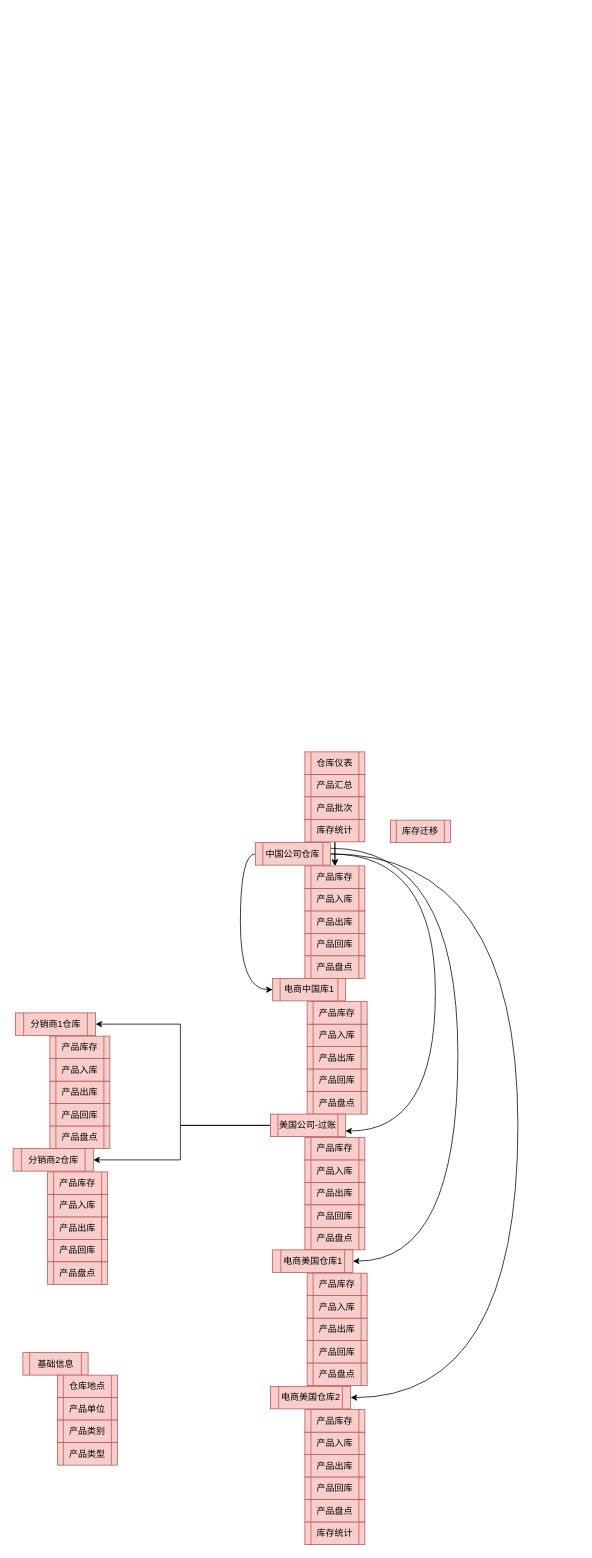
The draw.io diagram page "menu" (4 of 9) of ERDiagram.drawio in sbosleo/sbosmobile, before the edit. Source tidied: cells renumbered, new cells numbered last; positions are measured from the earlier drawing's top-left corner, leaving out a move shared by most shapes. Both pictures are drawn from the tidied source at 75%, with x=0, y=0 at pixel (13, 752).
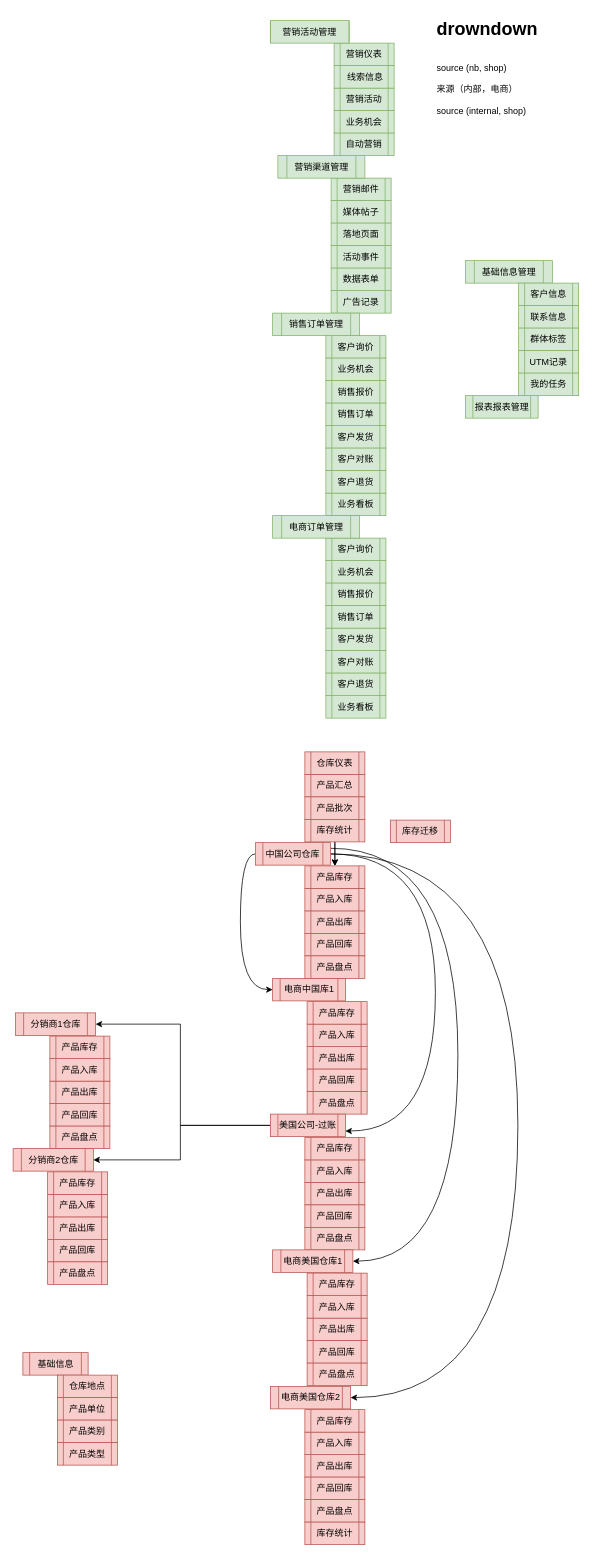
The same page after the edit.

What changed in the source:
```diff
@@
+    <mxCell id="63" value="营销活动" style="shape=process;whiteSpace=wrap;html=1;backgroundOutline=1;fillColor=#d5e8d4;strokeColor=#82b366;" parent="1" vertex="1">
+      <mxGeometry x="428" y="-885" width="80" height="30" as="geometry" />
+    </mxCell>
+    <mxCell id="64" value="营销邮件" style="shape=process;whiteSpace=wrap;html=1;backgroundOutline=1;fillColor=#d5e8d4;strokeColor=#82b366;" parent="1" vertex="1">
+      <mxGeometry x="424" y="-765" width="80" height="30" as="geometry" />
+    </mxCell>
+    <mxCell id="65" value="媒体帖子" style="shape=process;whiteSpace=wrap;html=1;backgroundOutline=1;fillColor=#d5e8d4;strokeColor=#82b366;" parent="1" vertex="1">
+      <mxGeometry x="424" y="-735" width="80" height="30" as="geometry" />
+    </mxCell>
+    <mxCell id="66" value="营销仪表" style="shape=process;whiteSpace=wrap;html=1;backgroundOutline=1;fillColor=#d5e8d4;strokeColor=#82b366;" parent="1" vertex="1">
+      <mxGeometry x="428" y="-945" width="80" height="30" as="geometry" />
+    </mxCell>
+    <mxCell id="67" value="营销渠道管理" style="shape=process;whiteSpace=wrap;html=1;backgroundOutline=1;fillColor=#d5e8d4;strokeColor=#82b366;" parent="1" vertex="1">
+      <mxGeometry x="353" y="-795" width="116" height="30" as="geometry" />
+    </mxCell>
+    <mxCell id="68" value="基础信息管理" style="shape=process;whiteSpace=wrap;html=1;backgroundOutline=1;fillColor=#d5e8d4;strokeColor=#82b366;" parent="1" vertex="1">
+      <mxGeometry x="603" y="-655" width="116" height="30" as="geometry" />
+    </mxCell>
+    <mxCell id="69" value="广告记录" style="shape=process;whiteSpace=wrap;html=1;backgroundOutline=1;fillColor=#d5e8d4;strokeColor=#82b366;" parent="1" vertex="1">
+      <mxGeometry x="424" y="-615" width="80" height="30" as="geometry" />
+    </mxCell>
+    <mxCell id="70" value="客户信息" style="shape=process;whiteSpace=wrap;html=1;backgroundOutline=1;fillColor=#d5e8d4;strokeColor=#82b366;" parent="1" vertex="1">
+      <mxGeometry x="674" y="-625" width="80" height="30" as="geometry" />
+    </mxCell>
+    <mxCell id="71" value="联系信息" style="shape=process;whiteSpace=wrap;html=1;backgroundOutline=1;fillColor=#d5e8d4;strokeColor=#82b366;" parent="1" vertex="1">
+      <mxGeometry x="674" y="-595" width="80" height="30" as="geometry" />
+    </mxCell>
+    <mxCell id="72" value="&amp;nbsp;线索信息" style="shape=process;whiteSpace=wrap;html=1;backgroundOutline=1;fillColor=#d5e8d4;strokeColor=#82b366;" parent="1" vertex="1">
+      <mxGeometry x="428" y="-915" width="80" height="30" as="geometry" />
+    </mxCell>
+    <mxCell id="73" value="落地页面" style="shape=process;whiteSpace=wrap;html=1;backgroundOutline=1;fillColor=#d5e8d4;strokeColor=#82b366;" parent="1" vertex="1">
+      <mxGeometry x="424" y="-705" width="80" height="30" as="geometry" />
+    </mxCell>
+    <mxCell id="74" value="活动事件" style="shape=process;whiteSpace=wrap;html=1;backgroundOutline=1;fillColor=#d5e8d4;strokeColor=#82b366;" parent="1" vertex="1">
+      <mxGeometry x="424" y="-675" width="80" height="30" as="geometry" />
+    </mxCell>
+    <mxCell id="75" value="数据表单" style="shape=process;whiteSpace=wrap;html=1;backgroundOutline=1;fillColor=#d5e8d4;strokeColor=#82b366;" parent="1" vertex="1">
+      <mxGeometry x="424" y="-645" width="80" height="30" as="geometry" />
+    </mxCell>
+    <mxCell id="76" value="业务机会" style="shape=process;whiteSpace=wrap;html=1;backgroundOutline=1;fillColor=#d5e8d4;strokeColor=#82b366;" parent="1" vertex="1">
+      <mxGeometry x="428" y="-855" width="80" height="30" as="geometry" />
+    </mxCell>
+    <mxCell id="77" value="群体&lt;span style=&quot;background-color: initial;&quot;&gt;标签&lt;/span&gt;" style="shape=process;whiteSpace=wrap;html=1;backgroundOutline=1;fillColor=#d5e8d4;strokeColor=#82b366;" parent="1" vertex="1">
+      <mxGeometry x="674" y="-565" width="80" height="30" as="geometry" />
+    </mxCell>
+    <mxCell id="78" value="UTM记录" style="shape=process;whiteSpace=wrap;html=1;backgroundOutline=1;fillColor=#d5e8d4;strokeColor=#82b366;" parent="1" vertex="1">
+      <mxGeometry x="674" y="-535" width="80" height="30" as="geometry" />
+    </mxCell>
+    <mxCell id="79" value="自动营销" style="shape=process;whiteSpace=wrap;html=1;backgroundOutline=1;fillColor=#d5e8d4;strokeColor=#82b366;" parent="1" vertex="1">
+      <mxGeometry x="428" y="-825" width="80" height="30" as="geometry" />
+    </mxCell>
+    <mxCell id="80" value="报表报表管理" style="shape=process;whiteSpace=wrap;html=1;backgroundOutline=1;fillColor=#d5e8d4;strokeColor=#82b366;" parent="1" vertex="1">
+      <mxGeometry x="603" y="-475" width="97" height="30" as="geometry" />
+    </mxCell>
+    <mxCell id="81" value="我的任务" style="shape=process;whiteSpace=wrap;html=1;backgroundOutline=1;fillColor=#d5e8d4;strokeColor=#82b366;" parent="1" vertex="1">
+      <mxGeometry x="674" y="-505" width="80" height="30" as="geometry" />
+    </mxCell>
+    <mxCell id="82" value="营销活动管理" style="shape=process;whiteSpace=wrap;html=1;backgroundOutline=1;fillColor=#d5e8d4;strokeColor=#82b366;size=0;" parent="1" vertex="1">
+      <mxGeometry x="343" y="-975" width="105" height="30" as="geometry" />
+    </mxCell>
+    <mxCell id="83" value="客户询价" style="shape=process;whiteSpace=wrap;html=1;backgroundOutline=1;fillColor=#d5e8d4;strokeColor=#82b366;" parent="1" vertex="1">
+      <mxGeometry x="417" y="-555" width="80" height="30" as="geometry" />
+    </mxCell>
+    <mxCell id="84" value="业务机会" style="shape=process;whiteSpace=wrap;html=1;backgroundOutline=1;fillColor=#d5e8d4;strokeColor=#82b366;" parent="1" vertex="1">
+      <mxGeometry x="417" y="-525" width="80" height="30" as="geometry" />
+    </mxCell>
+    <mxCell id="85" value="销售订单管理" style="shape=process;whiteSpace=wrap;html=1;backgroundOutline=1;fillColor=#d5e8d4;strokeColor=#82b366;" parent="1" vertex="1">
+      <mxGeometry x="346" y="-585" width="116" height="30" as="geometry" />
+    </mxCell>
+    <mxCell id="86" value="客户发货" style="shape=process;whiteSpace=wrap;html=1;backgroundOutline=1;fillColor=#d5e8d4;strokeColor=#82b366;" parent="1" vertex="1">
+      <mxGeometry x="417" y="-435" width="80" height="30" as="geometry" />
+    </mxCell>
+    <mxCell id="87" value="销售报价" style="shape=process;whiteSpace=wrap;html=1;backgroundOutline=1;fillColor=#d5e8d4;strokeColor=#82b366;" parent="1" vertex="1">
+      <mxGeometry x="417" y="-495" width="80" height="30" as="geometry" />
+    </mxCell>
+    <mxCell id="88" value="销售订单" style="shape=process;whiteSpace=wrap;html=1;backgroundOutline=1;fillColor=#d5e8d4;strokeColor=#82b366;" parent="1" vertex="1">
+      <mxGeometry x="417" y="-465" width="80" height="30" as="geometry" />
+    </mxCell>
+    <mxCell id="89" value="业务看板" style="shape=process;whiteSpace=wrap;html=1;backgroundOutline=1;fillColor=#d5e8d4;strokeColor=#82b366;" parent="1" vertex="1">
+      <mxGeometry x="417" y="-345" width="80" height="30" as="geometry" />
+    </mxCell>
+    <mxCell id="90" value="客户对账" style="shape=process;whiteSpace=wrap;html=1;backgroundOutline=1;fillColor=#d5e8d4;strokeColor=#82b366;" parent="1" vertex="1">
+      <mxGeometry x="417" y="-405" width="80" height="30" as="geometry" />
+    </mxCell>
+    <mxCell id="91" value="客户退货" style="shape=process;whiteSpace=wrap;html=1;backgroundOutline=1;fillColor=#d5e8d4;strokeColor=#82b366;" parent="1" vertex="1">
+      <mxGeometry x="417" y="-375" width="80" height="30" as="geometry" />
+    </mxCell>
+    <mxCell id="92" value="客户询价" style="shape=process;whiteSpace=wrap;html=1;backgroundOutline=1;fillColor=#d5e8d4;strokeColor=#82b366;" parent="1" vertex="1">
+      <mxGeometry x="417" y="-285" width="80" height="30" as="geometry" />
+    </mxCell>
+    <mxCell id="93" value="业务机会" style="shape=process;whiteSpace=wrap;html=1;backgroundOutline=1;fillColor=#d5e8d4;strokeColor=#82b366;" parent="1" vertex="1">
+      <mxGeometry x="417" y="-255" width="80" height="30" as="geometry" />
+    </mxCell>
+    <mxCell id="94" value="电商订单管理" style="shape=process;whiteSpace=wrap;html=1;backgroundOutline=1;fillColor=#d5e8d4;strokeColor=#82b366;" parent="1" vertex="1">
+      <mxGeometry x="346" y="-315" width="116" height="30" as="geometry" />
+    </mxCell>
+    <mxCell id="95" value="客户发货" style="shape=process;whiteSpace=wrap;html=1;backgroundOutline=1;fillColor=#d5e8d4;strokeColor=#82b366;" parent="1" vertex="1">
+      <mxGeometry x="417" y="-165" width="80" height="30" as="geometry" />
+    </mxCell>
+    <mxCell id="96" value="销售报价" style="shape=process;whiteSpace=wrap;html=1;backgroundOutline=1;fillColor=#d5e8d4;strokeColor=#82b366;" parent="1" vertex="1">
+      <mxGeometry x="417" y="-225" width="80" height="30" as="geometry" />
+    </mxCell>
+    <mxCell id="97" value="销售订单" style="shape=process;whiteSpace=wrap;html=1;backgroundOutline=1;fillColor=#d5e8d4;strokeColor=#82b366;" parent="1" vertex="1">
+      <mxGeometry x="417" y="-195" width="80" height="30" as="geometry" />
+    </mxCell>
+    <mxCell id="98" value="业务看板" style="shape=process;whiteSpace=wrap;html=1;backgroundOutline=1;fillColor=#d5e8d4;strokeColor=#82b366;" parent="1" vertex="1">
+      <mxGeometry x="417" y="-75" width="80" height="30" as="geometry" />
+    </mxCell>
+    <mxCell id="99" value="客户对账" style="shape=process;whiteSpace=wrap;html=1;backgroundOutline=1;fillColor=#d5e8d4;strokeColor=#82b366;" parent="1" vertex="1">
+      <mxGeometry x="417" y="-135" width="80" height="30" as="geometry" />
+    </mxCell>
+    <mxCell id="100" value="客户退货" style="shape=process;whiteSpace=wrap;html=1;backgroundOutline=1;fillColor=#d5e8d4;strokeColor=#82b366;" parent="1" vertex="1">
+      <mxGeometry x="417" y="-105" width="80" height="30" as="geometry" />
+    </mxCell>
+    <mxCell id="101" value="&lt;h1 style=&quot;margin-top: 0px;&quot;&gt;drowndown&lt;/h1&gt;&lt;div&gt;&lt;br&gt;&lt;/div&gt;&lt;div&gt;source (nb, shop)&lt;/div&gt;&lt;div&gt;&lt;br&gt;&lt;/div&gt;&lt;div&gt;来源（内部，电商）&lt;/div&gt;&lt;div&gt;&lt;br&gt;&lt;/div&gt;&lt;div&gt;source (internal, shop)&lt;/div&gt;&lt;div&gt;&lt;br&gt;&lt;/div&gt;" style="text;html=1;whiteSpace=wrap;overflow=hidden;rounded=0;" parent="1" vertex="1">
+      <mxGeometry x="562.5" y="-985" width="180" height="160" as="geometry" />
+    </mxCell>
```
